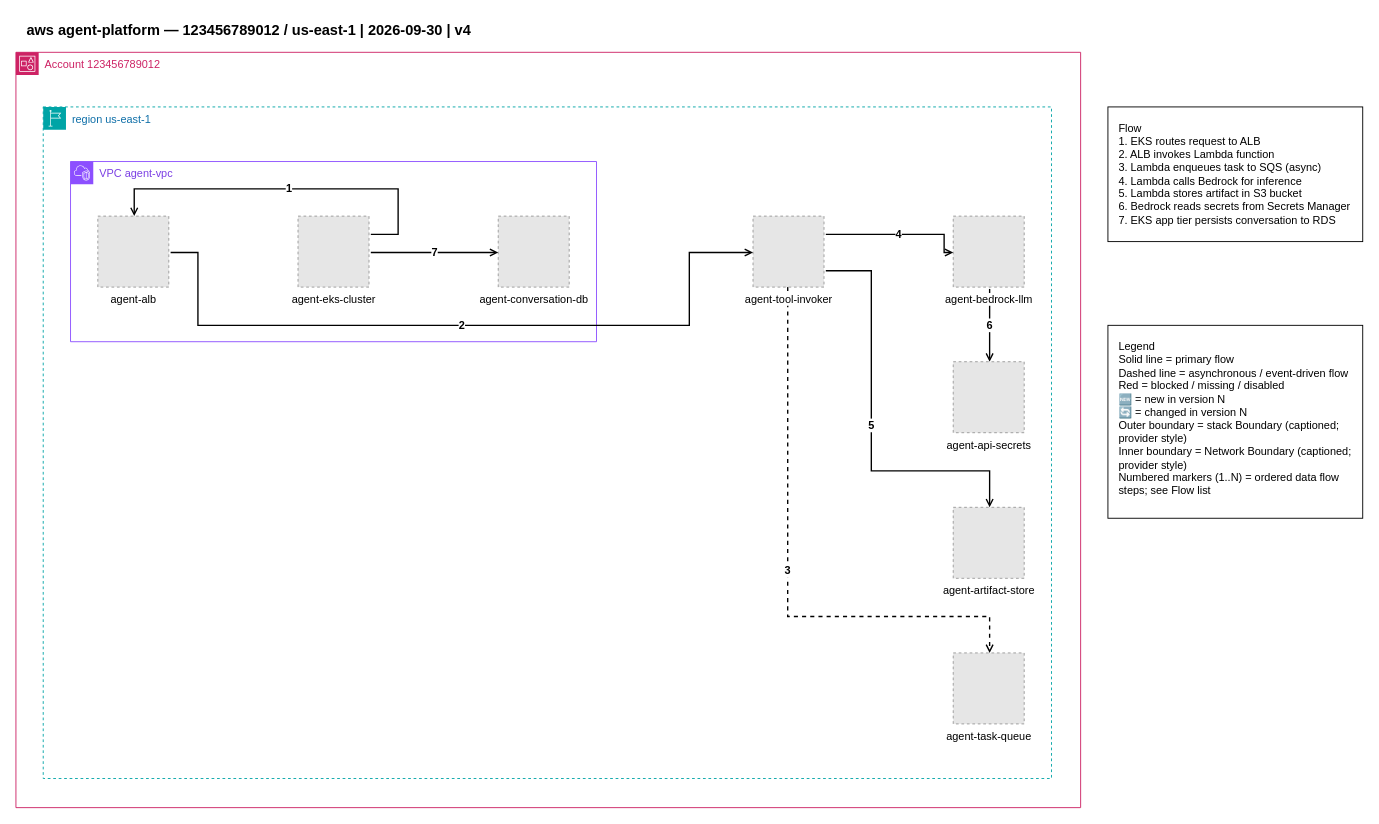
Earlier version of the draw.io diagram examples/aws/01-aws-agent-platform.drawio (totoshko88/Cloud_Architecture). Source tidied: cells renumbered, new cells numbered last; positions are measured from the earlier drawing's top-left corner, leaving out a move shared by most shapes. Both pictures are drawn from the tidied source at 91%, with x=0, y=0 at pixel (15, 15). Pictures stored in the file or linked from it are replaced by grey dashed boxes.
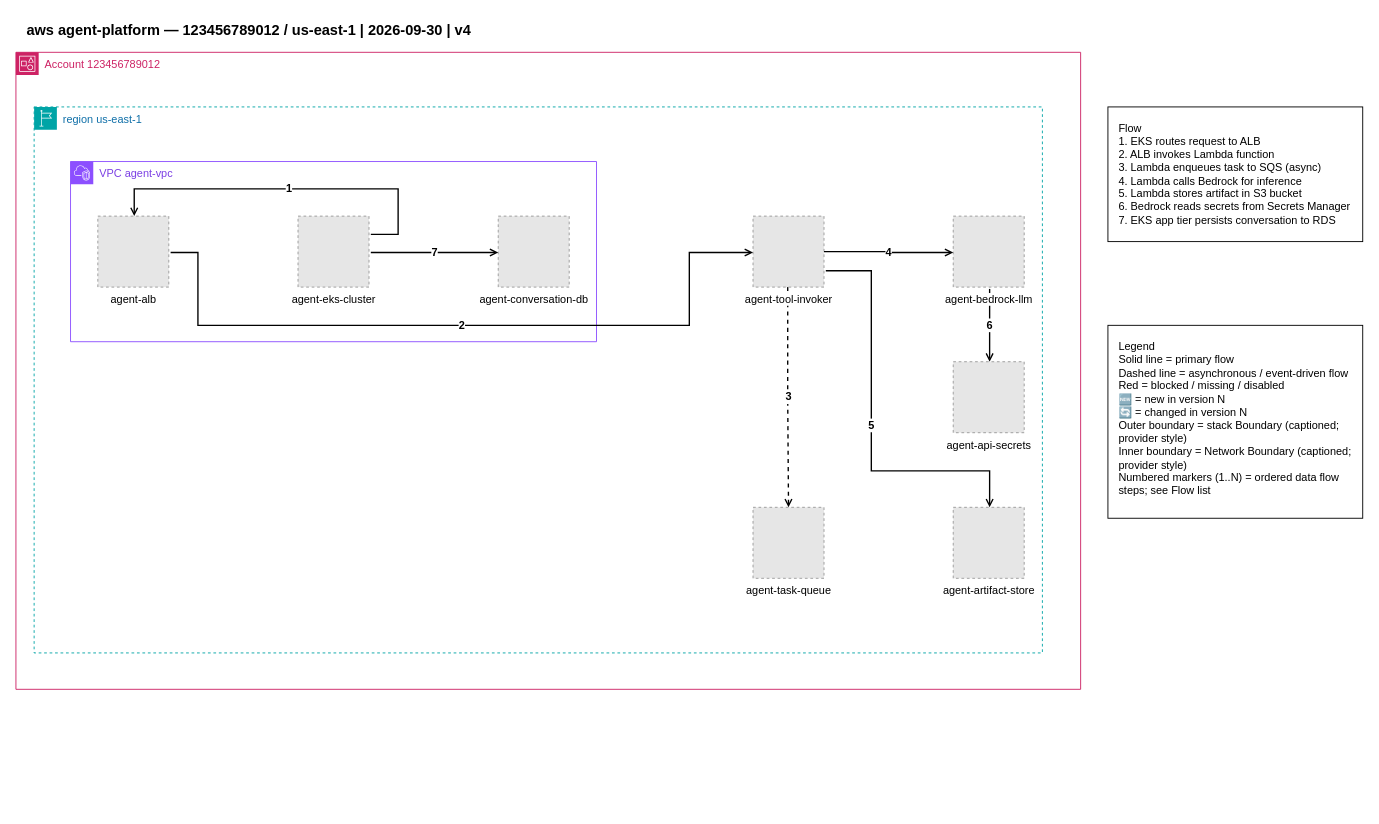
The same page after the edit.

The change refers to these unchanged cells:
```xml
<mxCell id="11" value="agent-tool-invoker" style="fillColor=#E6E6E6;strokeColor=#999999;dashed=1;verticalLabelPosition=bottom;verticalAlign=top;html=1;align=center;fontSize=12;labelBackgroundColor=#FFFFFF;" parent="1" vertex="1">
  <mxGeometry x="810" y="220" width="78" height="78" as="geometry" />
</mxCell>
<mxCell id="13" value="agent-bedrock-llm" style="fillColor=#E6E6E6;strokeColor=#999999;dashed=1;verticalLabelPosition=bottom;verticalAlign=top;html=1;align=center;fontSize=12;labelBackgroundColor=#FFFFFF;" parent="1" vertex="1">
  <mxGeometry x="1030" y="220" width="78" height="78" as="geometry" />
</mxCell>
```

Change to the diagram source:
```diff
@@
+    <mxCell id="4" value="Account 123456789012" style="shape=mxgraph.aws4.group;grIcon=mxgraph.aws4.group_account;grStroke=1;fillColor=none;strokeColor=#CD2264;dashed=0;verticalAlign=top;align=left;spacingLeft=30;fontColor=#CD2264;fontSize=12;html=1;" parent="1" vertex="1">
+      <mxGeometry y="40" width="1170" height="700" as="geometry" />
+    </mxCell>
+    <mxCell id="5" value="region us-east-1" style="shape=mxgraph.aws4.group;grIcon=mxgraph.aws4.group_region;grStroke=1;fillColor=none;strokeColor=#00A4A6;dashed=1;verticalAlign=top;align=left;spacingLeft=30;fontColor=#0F6FA8;fontSize=12;html=1;" parent="1" vertex="1">
+      <mxGeometry x="20" y="100" width="1108" height="600" as="geometry" />
+    </mxCell>
-    <mxCell id="2" value="3" style="edgeStyle=orthogonalEdgeStyle;rounded=0;html=1;endArrow=open;endFill=0;strokeWidth=1.5;dashed=1;entryX=0.5128205128205128;entryY=0.0;entryDx=0;entryDy=0;fontSize=12;fontStyle=1;exitX=0.489;exitY=0.997;exitDx=0;exitDy=0;exitPerimeter=0;" parent="1" edge="1" source="11" target="12">
-      <mxGeometry relative="1" as="geometry">
-        <Array as="points">
-          <mxPoint x="848.1" y="660" />
-          <mxPoint x="1070" y="660" />
-        </Array>
-      </mxGeometry>
+    <mxCell id="2" value="3" style="edgeStyle=orthogonalEdgeStyle;rounded=0;html=1;endArrow=open;endFill=0;strokeWidth=1.5;dashed=1;fontSize=12;fontStyle=1;exitX=0.489;exitY=0.997;exitDx=0;exitDy=0;exitPerimeter=0;" parent="1" edge="1" source="11" target="12">
+      <mxGeometry relative="1" as="geometry" />
     </mxCell>
@@
-    <mxCell id="4" value="Account 123456789012" style="shape=mxgraph.aws4.group;grIcon=mxgraph.aws4.group_account;grStroke=1;fillColor=none;strokeColor=#CD2264;dashed=0;verticalAlign=top;align=left;spacingLeft=30;fontColor=#CD2264;fontSize=12;html=1;" parent="1" vertex="1">
-      <mxGeometry y="40" width="1170" height="830" as="geometry" />
-    </mxCell>
-    <mxCell id="5" value="region us-east-1" style="shape=mxgraph.aws4.group;grIcon=mxgraph.aws4.group_region;grStroke=1;fillColor=none;strokeColor=#00A4A6;dashed=1;verticalAlign=top;align=left;spacingLeft=30;fontColor=#0F6FA8;fontSize=12;html=1;" parent="1" vertex="1">
-      <mxGeometry x="30" y="100" width="1108" height="738" as="geometry" />
-    </mxCell>
@@
     <mxCell id="12" value="agent-task-queue" style="fillColor=#E6E6E6;strokeColor=#999999;dashed=1;verticalLabelPosition=bottom;verticalAlign=top;html=1;align=center;fontSize=12;labelBackgroundColor=#FFFFFF;" parent="1" vertex="1">
-      <mxGeometry x="1030" y="700" width="78" height="78" as="geometry" />
+      <mxGeometry x="810" y="540" width="78" height="78" as="geometry" />
     </mxCell>
@@
-    <mxCell id="18" value="4" style="edgeStyle=orthogonalEdgeStyle;rounded=0;html=1;endArrow=open;endFill=0;strokeWidth=1.5;exitX=1.0256410256410255;exitY=0.2564102564102564;exitDx=0;exitDy=0;exitPerimeter=0;entryX=0.0;entryY=0.5128205128205128;entryDx=0;entryDy=0;fontSize=12;fontStyle=1;" parent="1" edge="1" source="11" target="13">
-      <mxGeometry relative="1" as="geometry">
-        <Array as="points">
-          <mxPoint x="1020" y="240" />
-          <mxPoint x="1020" y="260" />
-        </Array>
-      </mxGeometry>
+    <mxCell id="18" value="4" style="edgeStyle=orthogonalEdgeStyle;rounded=0;html=1;endArrow=open;endFill=0;strokeWidth=1.5;entryX=0.0;entryY=0.5128205128205128;entryDx=0;entryDy=0;fontSize=12;fontStyle=1;" parent="1" edge="1" source="11" target="13">
+      <mxGeometry relative="1" as="geometry" />
     </mxCell>
```
